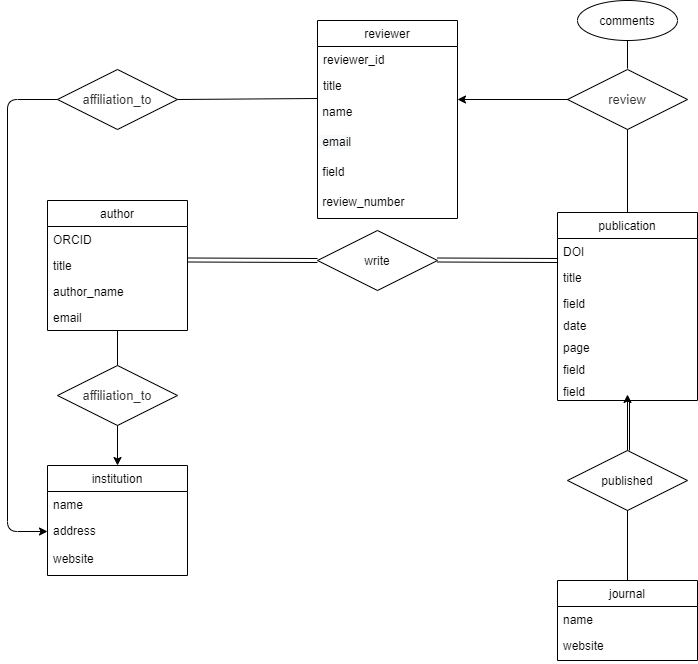
This is Untitled Diagram.png from impulseoy/learnGit, a draw.io export, as it was before one commit. Source tidied: cells renumbered, new cells last; positions are measured from the earlier drawing's top-left corner, leaving out a move shared by most shapes.
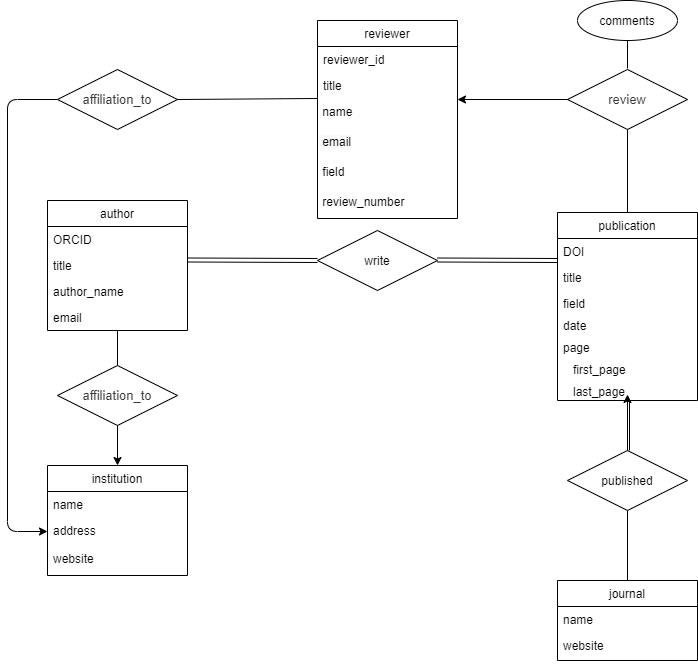
After the commit.

Diff of the diagram source:
```diff
@@ -20,10 +20,10 @@
     <mxCell id="7" value="page" style="text;strokeColor=none;fillColor=none;align=left;verticalAlign=top;spacingLeft=4;spacingRight=4;overflow=hidden;" parent="2" vertex="1">
       <mxGeometry y="122" width="140" height="22" as="geometry" />
     </mxCell>
-    <mxCell id="8" value="field" style="text;strokeColor=none;fillColor=none;align=left;verticalAlign=top;spacingLeft=4;spacingRight=4;overflow=hidden;" parent="2" vertex="1">
+    <mxCell id="8" value="   first_page" style="text;strokeColor=none;fillColor=none;align=left;verticalAlign=top;spacingLeft=4;spacingRight=4;overflow=hidden;" parent="2" vertex="1">
       <mxGeometry y="144" width="140" height="22" as="geometry" />
     </mxCell>
-    <mxCell id="9" value="field" style="text;strokeColor=none;fillColor=none;align=left;verticalAlign=top;spacingLeft=4;spacingRight=4;overflow=hidden;" parent="2" vertex="1">
+    <mxCell id="9" value="   last_page" style="text;strokeColor=none;fillColor=none;align=left;verticalAlign=top;spacingLeft=4;spacingRight=4;overflow=hidden;" parent="2" vertex="1">
       <mxGeometry y="166" width="140" height="22" as="geometry" />
     </mxCell>
     <mxCell id="10" value="author" style="swimlane;fontStyle=0;horizontal=1;startSize=26;fillColor=none;" parent="1" vertex="1">
```
